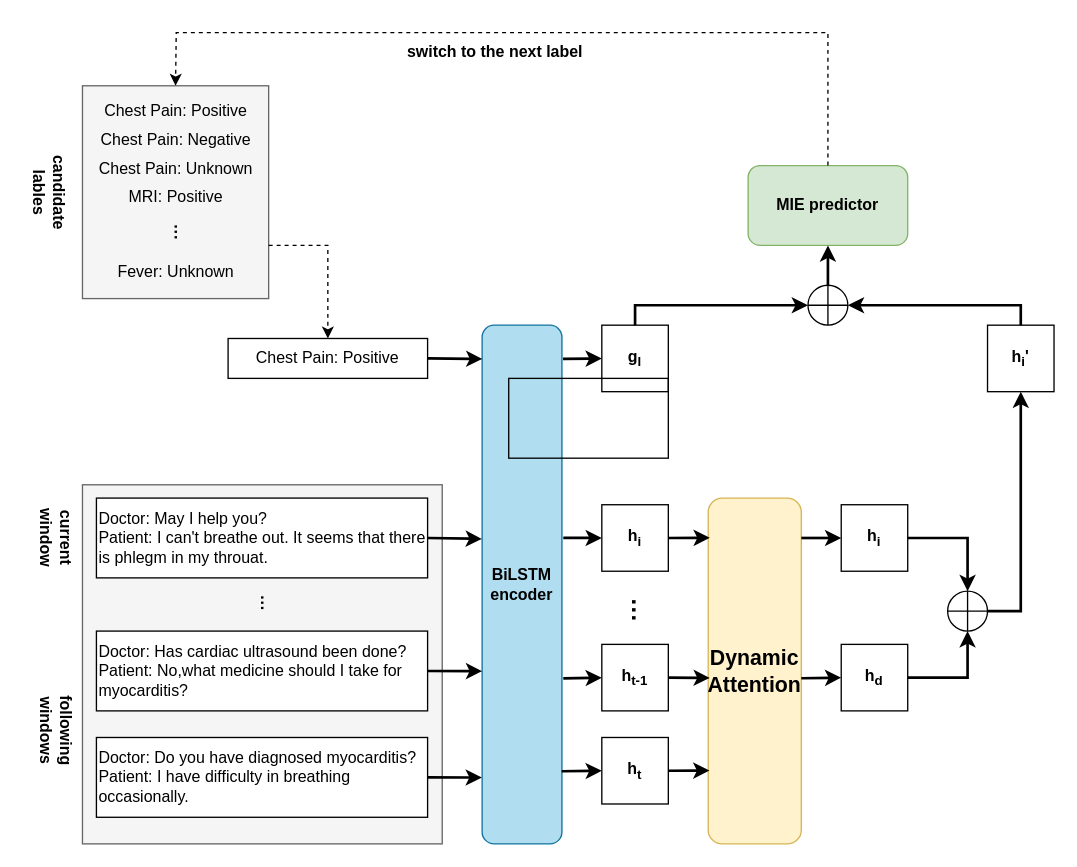
Earlier version of the draw.io diagram map/Untitled Diagram.drawio (Boching-bot/Sundries). Source tidied: cells renumbered, new cells numbered last; positions are measured from the earlier drawing's top-left corner, leaving out a move shared by most shapes. Both pictures are drawn from the tidied source at 133%, with x=0, y=0 at pixel (-11, 32).
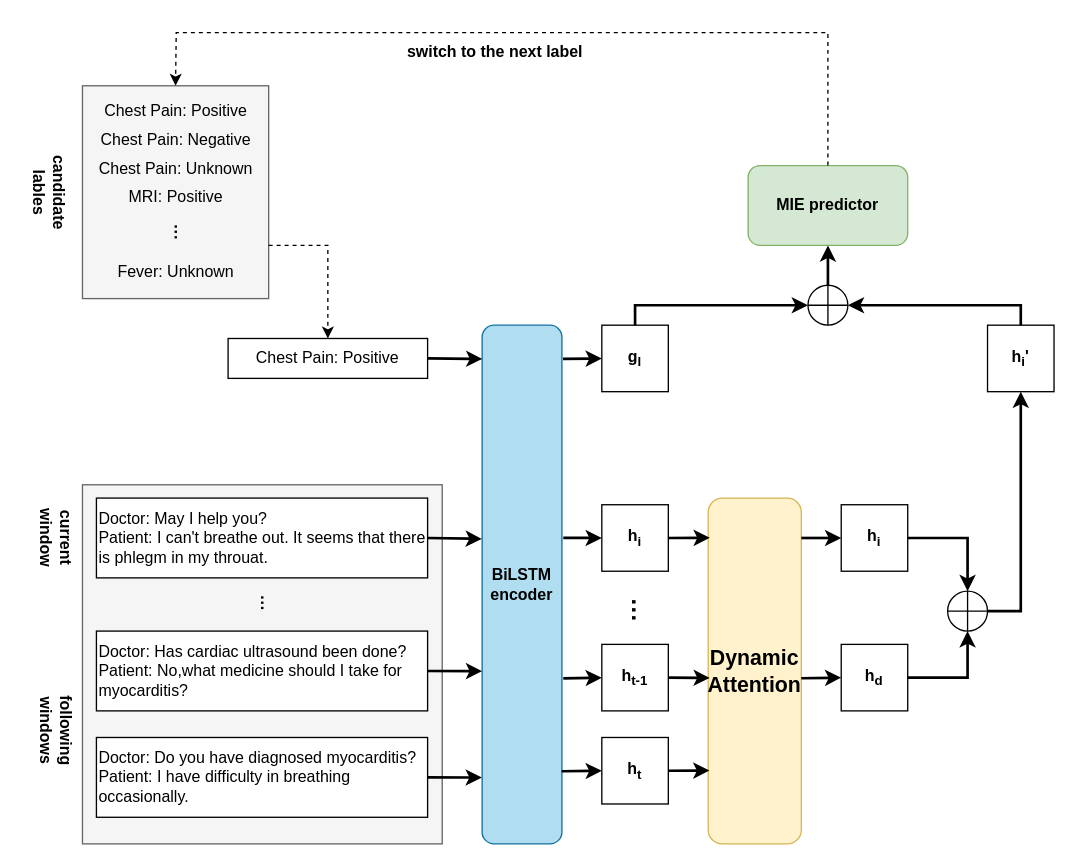
The same diagram, later.

The edit, as a diff of the source:
```diff
@@
-    <mxCell id="53" style="rounded=0;whiteSpace=wrap;html=1;fontSize=12;fillColor=none;gradientColor=none;" parent="1" vertex="1">
-      <mxGeometry x="390" y="260" width="120" height="60" as="geometry" />
-    </mxCell>
```
